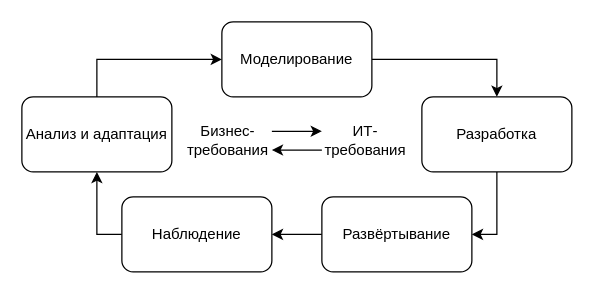
The draw.io diagram BDD.drawio in Andeco1/DrawIo, before the edit. Source tidied: cells renumbered, new cells numbered last; positions are measured from the earlier drawing's top-left corner, leaving out a move shared by most shapes. Both pictures are drawn from the tidied source at 125%, with x=0, y=0 at pixel (21, 21).
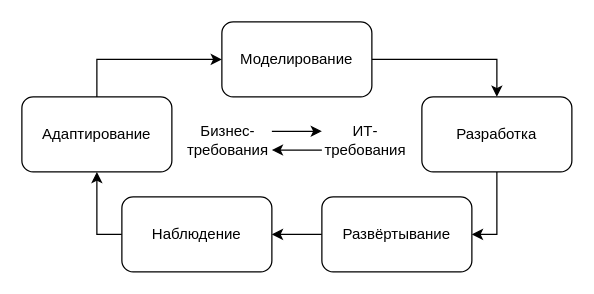
Above is the later version.

The edit, as a diff of the source:
```diff
@@
 <mxGraphModel>
   <root>
     <mxCell id="0" />
     <mxCell id="1" parent="0" />
     <mxCell id="2" style="edgeStyle=orthogonalEdgeStyle;rounded=0;jettySize=auto;html=1;exitX=1;exitY=0.5;exitDx=0;exitDy=0;entryX=0.5;entryY=0;entryDx=0;entryDy=0;" parent="1" edge="1" source="3" target="5">
       <mxGeometry relative="1" as="geometry" />
     </mxCell>
     <mxCell id="3" value="Моделирование" style="rounded=1;whiteSpace=wrap;html=1;" parent="1" vertex="1">
       <mxGeometry x="160" width="120" height="60" as="geometry" />
     </mxCell>
     <mxCell id="4" style="edgeStyle=orthogonalEdgeStyle;rounded=0;jettySize=auto;html=1;exitX=0.5;exitY=1;exitDx=0;exitDy=0;entryX=1;entryY=0.5;entryDx=0;entryDy=0;" parent="1" edge="1" source="5" target="7">
       <mxGeometry relative="1" as="geometry" />
     </mxCell>
     <mxCell id="5" value="Разработка" style="rounded=1;whiteSpace=wrap;html=1;" parent="1" vertex="1">
       <mxGeometry x="320" y="60" width="120" height="60" as="geometry" />
     </mxCell>
     <mxCell id="6" style="edgeStyle=orthogonalEdgeStyle;rounded=0;jettySize=auto;html=1;exitX=0;exitY=0.5;exitDx=0;exitDy=0;entryX=1;entryY=0.5;entryDx=0;entryDy=0;" parent="1" edge="1" source="7" target="9">
       <mxGeometry relative="1" as="geometry" />
     </mxCell>
     <mxCell id="7" value="Развёртывание" style="rounded=1;whiteSpace=wrap;html=1;" parent="1" vertex="1">
       <mxGeometry x="240" y="140" width="120" height="60" as="geometry" />
     </mxCell>
     <mxCell id="8" style="edgeStyle=orthogonalEdgeStyle;rounded=0;jettySize=auto;html=1;exitX=0;exitY=0.5;exitDx=0;exitDy=0;entryX=0.5;entryY=1;entryDx=0;entryDy=0;" parent="1" edge="1" source="9" target="11">
       <mxGeometry relative="1" as="geometry" />
     </mxCell>
     <mxCell id="9" value="Наблюдение" style="rounded=1;whiteSpace=wrap;html=1;" parent="1" vertex="1">
       <mxGeometry x="80" y="140" width="120" height="60" as="geometry" />
     </mxCell>
     <mxCell id="10" style="edgeStyle=orthogonalEdgeStyle;rounded=0;jettySize=auto;html=1;exitX=0.5;exitY=0;exitDx=0;exitDy=0;entryX=0;entryY=0.5;entryDx=0;entryDy=0;" parent="1" edge="1" source="11" target="3">
       <mxGeometry relative="1" as="geometry" />
     </mxCell>
-    <mxCell id="11" value="Анализ и адаптация" style="rounded=1;whiteSpace=wrap;html=1;" parent="1" vertex="1">
+    <mxCell id="11" value="Адаптирование" style="rounded=1;whiteSpace=wrap;html=1;" parent="1" vertex="1">
       <mxGeometry y="60" width="120" height="60" as="geometry" />
     </mxCell>
     <mxCell id="12" value="Бизнес-требования" style="text;html=1;align=center;verticalAlign=middle;whiteSpace=wrap;rounded=0;" parent="1" vertex="1">
       <mxGeometry x="130" y="80" width="70" height="30" as="geometry" />
     </mxCell>
     <mxCell id="13" value="ИТ-требования" style="text;html=1;align=center;verticalAlign=middle;whiteSpace=wrap;rounded=0;" parent="1" vertex="1">
       <mxGeometry x="240" y="80" width="70" height="30" as="geometry" />
     </mxCell>
     <mxCell id="14" style="endArrow=classic;html=1;rounded=0;exitX=1;exitY=0.25;exitDx=0;exitDy=0;entryX=0;entryY=0.25;entryDx=0;entryDy=0;" parent="1" edge="1" source="12" target="13">
       <mxGeometry relative="1" as="geometry" />
     </mxCell>
     <mxCell id="15" style="endArrow=classic;html=1;rounded=0;exitX=0;exitY=0.75;exitDx=0;exitDy=0;entryX=1;entryY=0.75;entryDx=0;entryDy=0;" parent="1" edge="1" source="13" target="12">
       <mxGeometry relative="1" as="geometry" />
     </mxCell>
   </root>
 </mxGraphModel>
```
